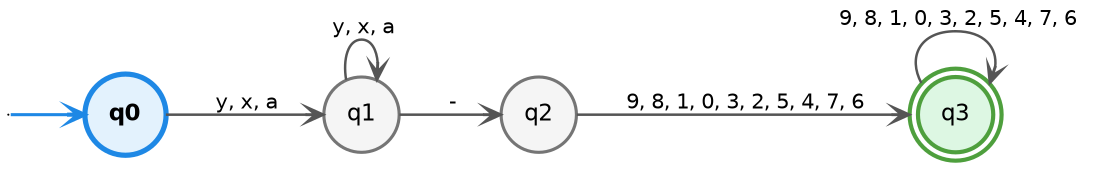
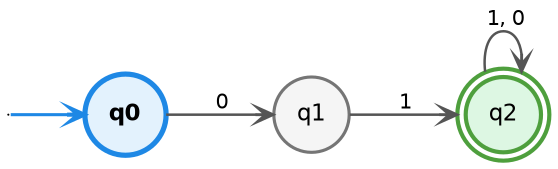
digraph G {
  rankdir=LR;
  size="8,5";
  node [fontname="Helvetica", fontsize=11];
  edge [arrowsize=0.8, arrowhead=vee];
  qi [shape=point, width=0];
  "q0" [shape=circle, style=filled, fillcolor="#E3F2FD", color="#1E88E5", penwidth=2.5, fontname="Helvetica-Bold"];
  "q1" [shape=circle, style=filled, fillcolor="#F5F5F5", color="#757575", penwidth=1.5, fontname="Helvetica"];
-   "q2" [shape=circle, style=filled, fillcolor="#F5F5F5", color="#757575", penwidth=1.5, fontname="Helvetica"];
-   "q3" [shape=doublecircle, style=filled, fillcolor="#DDF7E3", color="#4E9F3D", penwidth=2, fontname="Helvetica"];
+   "q2" [shape=doublecircle, style=filled, fillcolor="#DDF7E3", color="#4E9F3D", penwidth=2, fontname="Helvetica"];

  qi -> "q0" [color="#1E88E5", penwidth=1.5];
-   "q0" -> "q1" [label="  y, x, a ", fontname="Helvetica", fontsize=10, color="#555555", penwidth=1.2];
-   "q2" -> "q3" [label="  9, 8, 1, 0, 3, 2, 5, 4, 7, 6 ", fontname="Helvetica", fontsize=10, color="#555555", penwidth=1.2];
-   "q1" -> "q2" [label="  - ", fontname="Helvetica", fontsize=10, color="#555555", penwidth=1.2];
-   "q3" -> "q3" [label="  9, 8, 1, 0, 3, 2, 5, 4, 7, 6 ", fontname="Helvetica", fontsize=10, color="#555555", penwidth=1.2];
-   "q1" -> "q1" [label="  y, x, a ", fontname="Helvetica", fontsize=10, color="#555555", penwidth=1.2];
+   "q0" -> "q1" [label="  0 ", fontname="Helvetica", fontsize=10, color="#555555", penwidth=1.2];
+   "q2" -> "q2" [label="  1, 0 ", fontname="Helvetica", fontsize=10, color="#555555", penwidth=1.2];
+   "q1" -> "q2" [label="  1 ", fontname="Helvetica", fontsize=10, color="#555555", penwidth=1.2];
}
